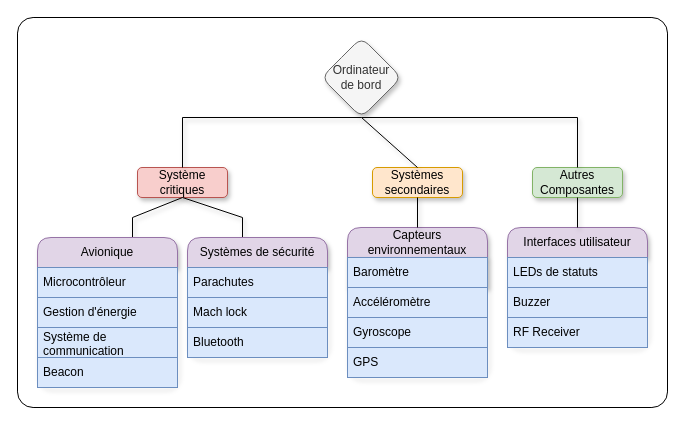
Above: Documentation/ODB2/Explications/Diagram_Structure.drawio in GAULAvionique2024-2025/Ordinateur-de-bord (draw.io), before the change. Source tidied: cells renumbered, new cells numbered last; positions are measured from the earlier drawing's top-left corner, leaving out a move shared by most shapes. Both pictures are drawn from the tidied source at 100%, with x=0, y=0 at pixel (17, 17).
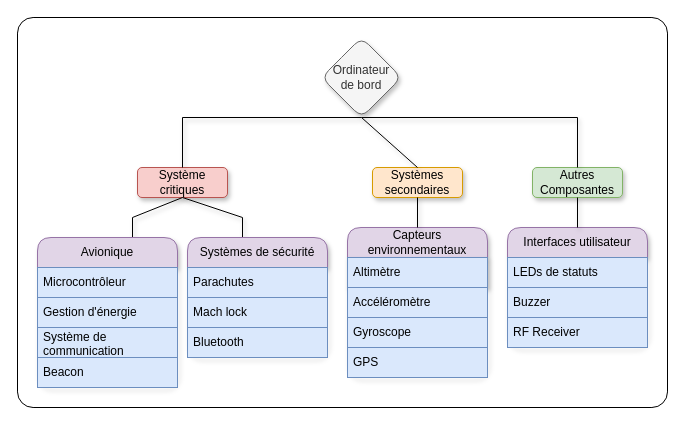
After the change.

Unchanged cells that the change refers to:
```xml
<mxCell id="21" value="Capteurs environnementaux" style="swimlane;fontStyle=0;horizontal=1;startSize=30;whiteSpace=wrap;html=1;rounded=1;shadow=1;fillColor=#e1d5e7;strokeColor=#9673a6;" parent="1" vertex="1">
  <mxGeometry x="330" y="210" width="140" height="150" as="geometry" />
</mxCell>
```

Diff of the diagram source:
```diff
@@
-    <mxCell id="22" value="Baromètre" style="text;strokeColor=#6c8ebf;fillColor=#dae8fc;align=left;verticalAlign=middle;spacingLeft=4;spacingRight=4;overflow=hidden;whiteSpace=wrap;html=1;shadow=1;" parent="21" vertex="1">
+    <mxCell id="22" value="Altimètre" style="text;strokeColor=#6c8ebf;fillColor=#dae8fc;align=left;verticalAlign=middle;spacingLeft=4;spacingRight=4;overflow=hidden;whiteSpace=wrap;html=1;shadow=1;" parent="21" vertex="1">
       <mxGeometry y="30" width="140" height="30" as="geometry" />
     </mxCell>
```
